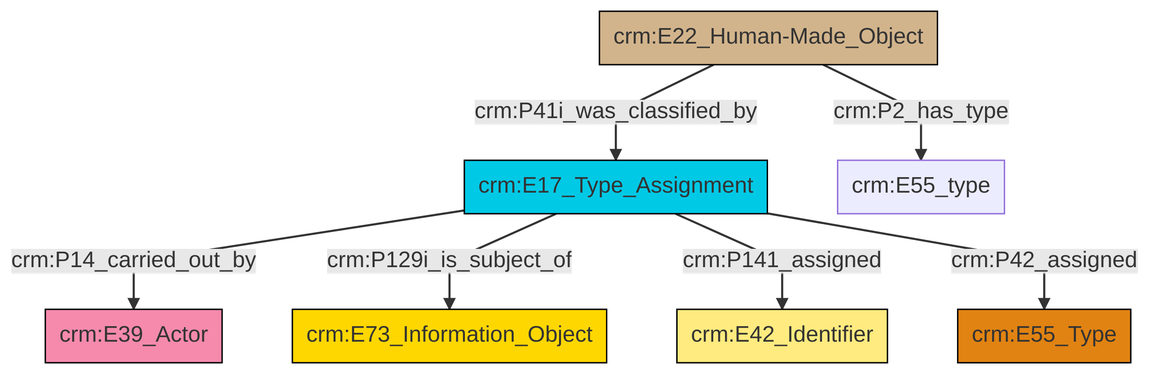
swiss-art-research-net/docs.swissartresearch keeps this Mermaid diagram as et/builtWorkCSV/ttl/mmd/png/Built_Work_designation_status.png. Above is the earlier version. Its source is kept beside it as et/builtWorkCSV/ttl/mmd/Built_Work_designation_status.ttl.mmd.
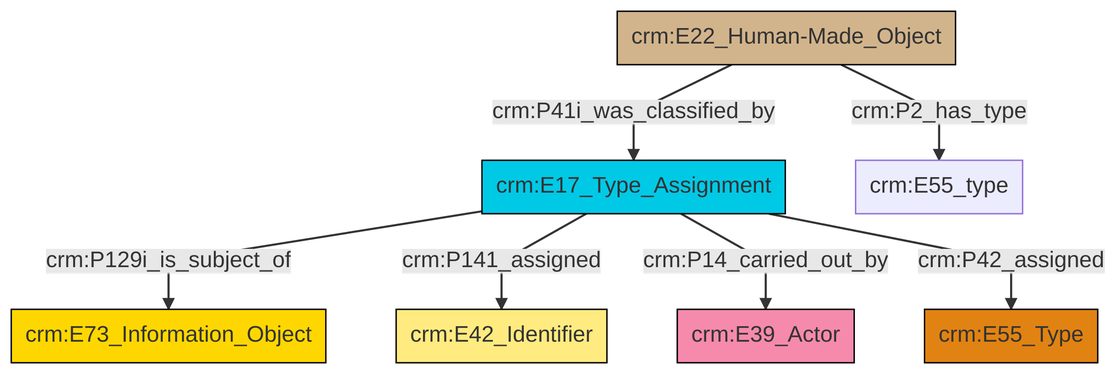
The same diagram one commit later.

The edit, as a diff of the source:
```diff
@@ -13,9 +13,9 @@
 classDef PC_Classes fill:#4ce600, stroke:#000000;
 classDef Multi fill:#cccccc,stroke:#000000;
 
-6["crm:E17_Type_Assignment"]:::Temporal_Entity -->|crm:P14_carried_out_by| 0["crm:E39_Actor"]:::Actor
-6["crm:E17_Type_Assignment"]:::Temporal_Entity -->|crm:P129i_is_subject_of| 11["crm:E73_Information_Object"]:::Conceptual_Object
-2["crm:E22_Human-Made_Object"]:::Physical_Thing -->|crm:P2_has_type| 13["crm:E55_type"]:::Default
-6["crm:E17_Type_Assignment"]:::Temporal_Entity -->|crm:P141_assigned| 8["crm:E42_Identifier"]:::Appellation
-2["crm:E22_Human-Made_Object"]:::Physical_Thing -->|crm:P41i_was_classified_by| 6["crm:E17_Type_Assignment"]:::Temporal_Entity
-6["crm:E17_Type_Assignment"]:::Temporal_Entity -->|crm:P42_assigned| 4["crm:E55_Type"]:::Type
+4["crm:E22_Human-Made_Object"]:::Physical_Thing -->|crm:P41i_was_classified_by| 8["crm:E17_Type_Assignment"]:::Temporal_Entity
+4["crm:E22_Human-Made_Object"]:::Physical_Thing -->|crm:P2_has_type| 9["crm:E55_type"]:::Default
+8["crm:E17_Type_Assignment"]:::Temporal_Entity -->|crm:P129i_is_subject_of| 2["crm:E73_Information_Object"]:::Conceptual_Object
+8["crm:E17_Type_Assignment"]:::Temporal_Entity -->|crm:P141_assigned| 0["crm:E42_Identifier"]:::Appellation
+8["crm:E17_Type_Assignment"]:::Temporal_Entity -->|crm:P14_carried_out_by| 6["crm:E39_Actor"]:::Actor
+8["crm:E17_Type_Assignment"]:::Temporal_Entity -->|crm:P42_assigned| 10["crm:E55_Type"]:::Type
```
